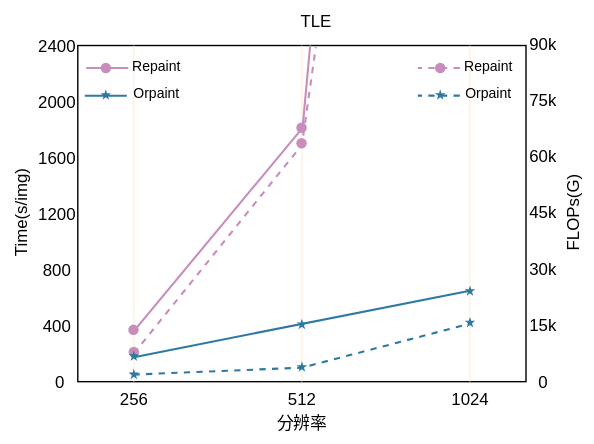
This is img_in_paper/textunet.drawio.svg from YMlinfeng/undergraduate_thesis, a draw.io export, as it was before one commit. Source tidied: cells renumbered, new cells last; positions are measured from the earlier drawing's top-left corner, leaving out a move shared by most shapes. The source it was exported from:
```xml
<mxGraphModel>
  <root>
    <mxCell id="0" />
    <mxCell id="1" parent="0" />
    <mxCell id="2" style="rounded=0;whiteSpace=wrap;html=1;" parent="1" vertex="1">
      <mxGeometry x="85" y="32" width="320" height="240" as="geometry" />
    </mxCell>
    <mxCell id="3" value="0" style="text;html=1;align=center;verticalAlign=middle;strokeColor=none;fillColor=none;" parent="1" vertex="1">
      <mxGeometry x="57" y="258" width="30" height="30" as="geometry" />
    </mxCell>
    <mxCell id="4" value="400" style="text;html=1;align=center;verticalAlign=middle;strokeColor=none;fillColor=none;" parent="1" vertex="1">
      <mxGeometry x="50" y="218" width="40" height="30" as="geometry" />
    </mxCell>
    <mxCell id="5" value="800" style="text;html=1;align=center;verticalAlign=middle;strokeColor=none;fillColor=none;" parent="1" vertex="1">
      <mxGeometry x="50" y="178" width="40" height="30" as="geometry" />
    </mxCell>
    <mxCell id="6" value="1200" style="text;html=1;align=center;verticalAlign=middle;strokeColor=none;fillColor=none;" parent="1" vertex="1">
      <mxGeometry x="45" y="138" width="50" height="30" as="geometry" />
    </mxCell>
    <mxCell id="7" value="1600" style="text;html=1;align=center;verticalAlign=middle;strokeColor=none;fillColor=none;" parent="1" vertex="1">
      <mxGeometry x="45" y="98" width="50" height="30" as="geometry" />
    </mxCell>
    <mxCell id="8" value="2000" style="text;html=1;align=center;verticalAlign=middle;strokeColor=none;fillColor=none;" parent="1" vertex="1">
      <mxGeometry x="45" y="58" width="50" height="30" as="geometry" />
    </mxCell>
    <mxCell id="9" value="2400" style="text;html=1;align=center;verticalAlign=middle;strokeColor=none;fillColor=none;" parent="1" vertex="1">
      <mxGeometry x="45" y="18" width="50" height="30" as="geometry" />
    </mxCell>
    <mxCell id="10" value="256" style="text;html=1;align=center;verticalAlign=middle;strokeColor=none;fillColor=none;" parent="1" vertex="1">
      <mxGeometry x="105" y="270" width="40" height="30" as="geometry" />
    </mxCell>
    <mxCell id="11" value="512" style="text;html=1;align=center;verticalAlign=middle;strokeColor=none;fillColor=none;" parent="1" vertex="1">
      <mxGeometry x="225" y="270" width="40" height="30" as="geometry" />
    </mxCell>
    <mxCell id="12" value="1024" style="text;html=1;align=center;verticalAlign=middle;strokeColor=none;fillColor=none;" parent="1" vertex="1">
      <mxGeometry x="340" y="270" width="50" height="30" as="geometry" />
    </mxCell>
    <mxCell id="13" value="0" style="text;html=1;align=center;verticalAlign=middle;strokeColor=none;fillColor=none;" parent="1" vertex="1">
      <mxGeometry x="402" y="258" width="30" height="30" as="geometry" />
    </mxCell>
    <mxCell id="14" value="15k" style="text;html=1;align=center;verticalAlign=middle;strokeColor=none;fillColor=none;" parent="1" vertex="1">
      <mxGeometry x="397" y="217" width="40" height="30" as="geometry" />
    </mxCell>
    <mxCell id="15" value="30k" style="text;html=1;align=center;verticalAlign=middle;strokeColor=none;fillColor=none;" parent="1" vertex="1">
      <mxGeometry x="397" y="177" width="40" height="30" as="geometry" />
    </mxCell>
    <mxCell id="16" value="45k" style="text;html=1;align=center;verticalAlign=middle;strokeColor=none;fillColor=none;" parent="1" vertex="1">
      <mxGeometry x="397" y="137" width="40" height="30" as="geometry" />
    </mxCell>
    <mxCell id="17" value="60k" style="text;html=1;align=center;verticalAlign=middle;strokeColor=none;fillColor=none;" parent="1" vertex="1">
      <mxGeometry x="397" y="97" width="40" height="30" as="geometry" />
    </mxCell>
    <mxCell id="18" value="75k" style="text;html=1;align=center;verticalAlign=middle;strokeColor=none;fillColor=none;" parent="1" vertex="1">
      <mxGeometry x="397" y="57" width="40" height="30" as="geometry" />
    </mxCell>
    <mxCell id="19" value="90k" style="text;html=1;align=center;verticalAlign=middle;strokeColor=none;fillColor=none;" parent="1" vertex="1">
      <mxGeometry x="397" y="17" width="40" height="30" as="geometry" />
    </mxCell>
    <mxCell id="20" style="line;strokeWidth=1;html=1;fillColor=#f8cecc;strokeColor=#FFE6CC;opacity=60;rotation=90;" parent="1" vertex="1">
      <mxGeometry x="125" y="147" width="240" height="10" as="geometry" />
    </mxCell>
    <mxCell id="21" style="line;strokeWidth=1;html=1;fillColor=#f8cecc;strokeColor=#FFE6CC;opacity=60;rotation=90;" parent="1" vertex="1">
      <mxGeometry x="245" y="147" width="240" height="10" as="geometry" />
    </mxCell>
    <mxCell id="22" style="line;strokeWidth=1;html=1;fillColor=#f8cecc;strokeColor=#FFE6CC;opacity=60;rotation=90;" parent="1" vertex="1">
      <mxGeometry x="5" y="147" width="240" height="10" as="geometry" />
    </mxCell>
    <mxCell id="23" value="Time(s/img)" style="text;html=1;align=center;verticalAlign=middle;strokeColor=none;fillColor=none;rotation=-90;" parent="1" vertex="1">
      <mxGeometry y="137" width="90" height="30" as="geometry" />
    </mxCell>
    <mxCell id="24" value="FLOPs(G)" style="text;html=1;align=center;verticalAlign=middle;strokeColor=none;fillColor=none;rotation=-90;" parent="1" vertex="1">
      <mxGeometry x="399" y="137" width="80" height="30" as="geometry" />
    </mxCell>
    <mxCell id="25" value="分辨率" style="text;html=1;align=center;verticalAlign=middle;strokeColor=none;fillColor=none;" parent="1" vertex="1">
      <mxGeometry x="215" y="287" width="60" height="30" as="geometry" />
    </mxCell>
    <mxCell id="26" style="verticalLabelPosition=bottom;verticalAlign=top;html=1;shape=mxgraph.basic.star;fillColor=#2d79a4;strokeColor=none;" parent="1" vertex="1">
      <mxGeometry x="101.2" y="63.2" width="7.5" height="7.5" as="geometry" />
    </mxCell>
    <mxCell id="27" style="verticalLabelPosition=bottom;verticalAlign=top;html=1;shape=mxgraph.basic.star;fillColor=#2d79a4;strokeColor=none;" parent="1" vertex="1">
      <mxGeometry x="340" y="63.2" width="7.5" height="7.5" as="geometry" />
    </mxCell>
    <mxCell id="28" value="&lt;font style=&quot;font-size: 10px;&quot;&gt;Repaint&lt;/font&gt;" style="text;html=1;align=center;verticalAlign=middle;strokeColor=none;fillColor=none;" parent="1" vertex="1">
      <mxGeometry x="347.5" y="32" width="60" height="30" as="geometry" />
    </mxCell>
    <mxCell id="29" value="&lt;font style=&quot;font-size: 10px;&quot;&gt;Orpaint&lt;/font&gt;" style="text;html=1;align=center;verticalAlign=middle;strokeColor=none;fillColor=none;" parent="1" vertex="1">
      <mxGeometry x="347.5" y="51" width="60" height="30" as="geometry" />
    </mxCell>
    <mxCell id="30" value="&lt;font style=&quot;font-size: 10px;&quot;&gt;Orpaint&lt;/font&gt;" style="text;html=1;align=center;verticalAlign=middle;strokeColor=none;fillColor=none;" parent="1" vertex="1">
      <mxGeometry x="111" y="51" width="60" height="30" as="geometry" />
    </mxCell>
    <mxCell id="31" value="&lt;font style=&quot;font-size: 10px;&quot;&gt;Repaint&lt;/font&gt;" style="text;html=1;align=center;verticalAlign=middle;strokeColor=none;fillColor=none;" parent="1" vertex="1">
      <mxGeometry x="111" y="32" width="60" height="30" as="geometry" />
    </mxCell>
    <mxCell id="32" style="ellipse;whiteSpace=wrap;html=1;fillColor=#C78EBC;strokeColor=none;" parent="1" vertex="1">
      <mxGeometry x="101.2" y="44.2" width="7.5" height="7.5" as="geometry" />
    </mxCell>
    <mxCell id="33" style="ellipse;whiteSpace=wrap;html=1;fillColor=#c78ebc;fontColor=none;noLabel=1;strokeColor=none;" parent="1" vertex="1">
      <mxGeometry x="340" y="44.2" width="7.5" height="7.5" as="geometry" />
    </mxCell>
    <mxCell id="34" style="endArrow=none;html=1;rounded=0;strokeWidth=1.5;entryX=0.517;entryY=0.005;entryDx=0;entryDy=0;entryPerimeter=0;exitX=0.864;exitY=0.248;exitDx=0;exitDy=0;exitPerimeter=0;strokeColor=#c78ebc;" parent="1" edge="1">
      <mxGeometry relative="1" as="geometry">
        <mxPoint x="125" y="235.9" as="sourcePoint" />
        <mxPoint x="250.9" y="32" as="targetPoint" />
        <Array as="points">
          <mxPoint x="245.5" y="90.8" />
        </Array>
      </mxGeometry>
    </mxCell>
    <mxCell id="35" style="ellipse;whiteSpace=wrap;html=1;fillColor=#C78EBC;strokeColor=none;" parent="1" vertex="1">
      <mxGeometry x="241" y="87" width="7.5" height="7.5" as="geometry" />
    </mxCell>
    <mxCell id="36" style="ellipse;whiteSpace=wrap;html=1;fillColor=#C78EBC;strokeColor=none;" parent="1" vertex="1">
      <mxGeometry x="121" y="231.2" width="7.5" height="7.5" as="geometry" />
    </mxCell>
    <mxCell id="37" style="endArrow=none;html=1;rounded=0;strokeWidth=1.5;strokeColor=#c78ebc;" parent="1" edge="1">
      <mxGeometry relative="1" as="geometry">
        <mxPoint x="121" y="48" as="sourcePoint" />
        <mxPoint x="91" y="48" as="targetPoint" />
        <Array as="points">
          <mxPoint x="121" y="48" />
        </Array>
      </mxGeometry>
    </mxCell>
    <mxCell id="38" style="endArrow=none;html=1;rounded=0;strokeWidth=1.5;strokeColor=#c78ebc;dashed=1;" parent="1" edge="1">
      <mxGeometry relative="1" as="geometry">
        <mxPoint x="357.8" y="48" as="sourcePoint" />
        <mxPoint x="327.8" y="48" as="targetPoint" />
        <Array as="points">
          <mxPoint x="357.8" y="48" />
        </Array>
      </mxGeometry>
    </mxCell>
    <mxCell id="39" style="endArrow=none;html=1;rounded=0;strokeWidth=1.5;entryX=0.531;entryY=0.005;entryDx=0;entryDy=0;entryPerimeter=0;exitX=0.864;exitY=0.248;exitDx=0;exitDy=0;exitPerimeter=0;strokeColor=#c78ebc;dashed=1;" parent="1" edge="1" target="2">
      <mxGeometry relative="1" as="geometry">
        <mxPoint x="125" y="251.9" as="sourcePoint" />
        <Array as="points">
          <mxPoint x="245" y="103" />
        </Array>
      </mxGeometry>
    </mxCell>
    <mxCell id="40" style="ellipse;whiteSpace=wrap;html=1;fillColor=#C78EBC;strokeColor=none;" parent="1" vertex="1">
      <mxGeometry x="121.2" y="247" width="7.5" height="7.5" as="geometry" />
    </mxCell>
    <mxCell id="41" style="ellipse;whiteSpace=wrap;html=1;fillColor=#C78EBC;strokeColor=none;" parent="1" vertex="1">
      <mxGeometry x="241" y="98" width="7.5" height="7.5" as="geometry" />
    </mxCell>
    <mxCell id="42" style="endArrow=none;html=1;rounded=0;strokeWidth=1.5;entryX=0.73;entryY=0.6;entryDx=0;entryDy=0;entryPerimeter=0;strokeColor=#2d79a4;exitX=0.5;exitY=1;exitDx=0;exitDy=0;" parent="1" edge="1" target="21">
      <mxGeometry relative="1" as="geometry">
        <mxPoint x="125.1" y="254.5" as="sourcePoint" />
      </mxGeometry>
    </mxCell>
    <mxCell id="43" style="endArrow=none;html=1;rounded=0;strokeWidth=1.5;strokeColor=#2D79A4;" parent="1" edge="1">
      <mxGeometry relative="1" as="geometry">
        <mxPoint x="120" y="67.9" as="sourcePoint" />
        <mxPoint x="90" y="67.9" as="targetPoint" />
        <Array as="points">
          <mxPoint x="120" y="67.9" />
        </Array>
      </mxGeometry>
    </mxCell>
    <mxCell id="44" style="endArrow=none;html=1;rounded=0;strokeWidth=1.5;strokeColor=#2D79A4;dashed=1;" parent="1" edge="1">
      <mxGeometry relative="1" as="geometry">
        <mxPoint x="357.8" y="67.8" as="sourcePoint" />
        <mxPoint x="327.8" y="67.8" as="targetPoint" />
        <Array as="points">
          <mxPoint x="357.8" y="67.8" />
        </Array>
      </mxGeometry>
    </mxCell>
    <mxCell id="45" style="verticalLabelPosition=bottom;verticalAlign=top;html=1;shape=mxgraph.basic.star;fillColor=#2d79a4;strokeColor=none;" parent="1" vertex="1">
      <mxGeometry x="121.2" y="249.8" width="7.5" height="7.5" as="geometry" />
    </mxCell>
    <mxCell id="46" style="verticalLabelPosition=bottom;verticalAlign=top;html=1;shape=mxgraph.basic.star;fillColor=#2d79a4;strokeColor=none;" parent="1" vertex="1">
      <mxGeometry x="241.2" y="227" width="7.5" height="7.5" as="geometry" />
    </mxCell>
    <mxCell id="47" style="verticalLabelPosition=bottom;verticalAlign=top;html=1;shape=mxgraph.basic.star;fillColor=#2d79a4;strokeColor=none;" parent="1" vertex="1">
      <mxGeometry x="361.2" y="203.2" width="7.5" height="7.5" as="geometry" />
    </mxCell>
    <mxCell id="48" style="endArrow=none;html=1;rounded=0;strokeWidth=1.5;entryX=0.828;entryY=0.556;entryDx=0;entryDy=0;entryPerimeter=0;strokeColor=#2d79a4;exitX=0.979;exitY=0.528;exitDx=0;exitDy=0;exitPerimeter=0;dashed=1;" parent="1" edge="1" source="22" target="21">
      <mxGeometry relative="1" as="geometry">
        <Array as="points">
          <mxPoint x="245" y="262" />
        </Array>
      </mxGeometry>
    </mxCell>
    <mxCell id="49" style="verticalLabelPosition=bottom;verticalAlign=top;html=1;shape=mxgraph.basic.star;fillColor=#2d79a4;strokeColor=none;" parent="1" vertex="1">
      <mxGeometry x="121.2" y="262.8" width="7.5" height="7.5" as="geometry" />
    </mxCell>
    <mxCell id="50" style="verticalLabelPosition=bottom;verticalAlign=top;html=1;shape=mxgraph.basic.star;fillColor=#2d79a4;strokeColor=none;" parent="1" vertex="1">
      <mxGeometry x="241.2" y="257.5" width="7.5" height="7.5" as="geometry" />
    </mxCell>
    <mxCell id="51" style="verticalLabelPosition=bottom;verticalAlign=top;html=1;shape=mxgraph.basic.star;fillColor=#2d79a4;strokeColor=none;" parent="1" vertex="1">
      <mxGeometry x="361.2" y="225.8" width="7.5" height="7.5" as="geometry" />
    </mxCell>
    <mxCell id="52" value="TLE" style="text;html=1;align=center;verticalAlign=middle;strokeColor=none;fillColor=none;" parent="1" vertex="1">
      <mxGeometry x="230" width="50" height="30" as="geometry" />
    </mxCell>
  </root>
</mxGraphModel>
```
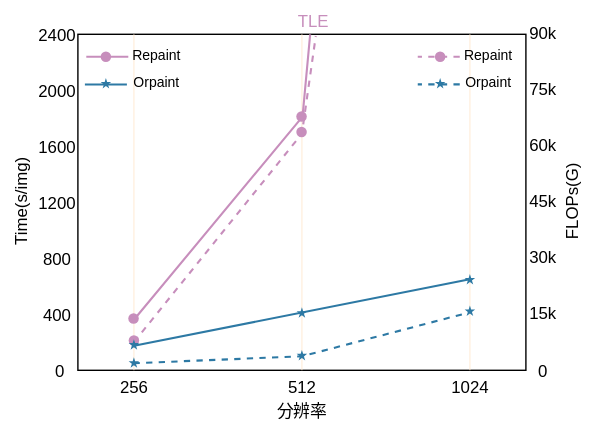
After the commit.

Change to the diagram source:
```diff
@@ -193,8 +193,8 @@
     <mxCell id="51" style="verticalLabelPosition=bottom;verticalAlign=top;html=1;shape=mxgraph.basic.star;fillColor=#2d79a4;strokeColor=none;" parent="1" vertex="1">
       <mxGeometry x="361.2" y="225.8" width="7.5" height="7.5" as="geometry" />
     </mxCell>
-    <mxCell id="52" value="TLE" style="text;html=1;align=center;verticalAlign=middle;strokeColor=none;fillColor=none;" parent="1" vertex="1">
-      <mxGeometry x="230" width="50" height="30" as="geometry" />
+    <mxCell id="52" value="&lt;font color=&quot;#c78ebc&quot;&gt;TLE&lt;/font&gt;" style="text;html=1;align=center;verticalAlign=middle;strokeColor=none;fillColor=none;" parent="1" vertex="1">
+      <mxGeometry x="228" y="8" width="50" height="30" as="geometry" />
     </mxCell>
   </root>
 </mxGraphModel>
```
